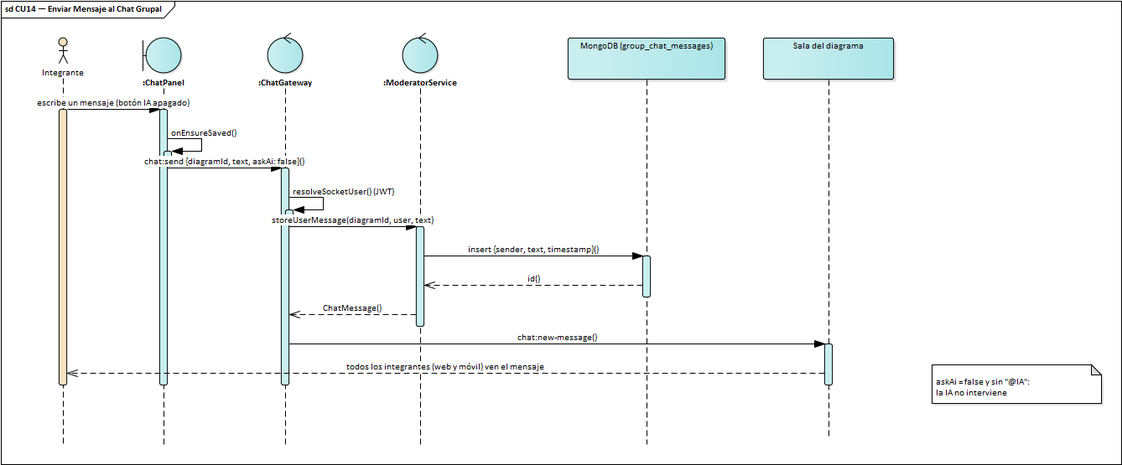
The PlantUML diagram docs/diagrams/ea/img/seq_cu14.png in luisfernandoAngulo28/generador_diagrama_clases_uml, before a commit. Its source is kept beside it as docs/diagrams/2do_parcial/pud/seq_cu14.plantuml. The source it was exported from:
```plantuml
@startuml seq_cu14
!include _seq.iuml
title CU14 — Enviar Mensaje al Chat Grupal\n<size:11>Diagrama de Secuencia · UML 2.5.1</size>
actor Integrante as A
boundary ":ChatPanel" as B
control ":ChatGateway" as G
control ":ModeratorService" as M
database "MongoDB\n(group_chat_messages)" as DB
collections "Sala del diagrama" as R
A -> B : escribe un mensaje (botón IA apagado)
B -> B : onEnsureSaved()
B -> G : chat:send {diagramId, text, askAi: false}
G -> G : resolveSocketUser() (JWT)
G -> M : storeUserMessage(diagramId, user, text)
M -> DB : insert {sender, text, timestamp}
DB --> M : id
M --> G : ChatMessage
G -> R : chat:new-message
R --> A : todos los integrantes (web y móvil)\nven el mensaje
note over G : askAi = false y sin "@IA":\nla IA no interviene
@enduml
```
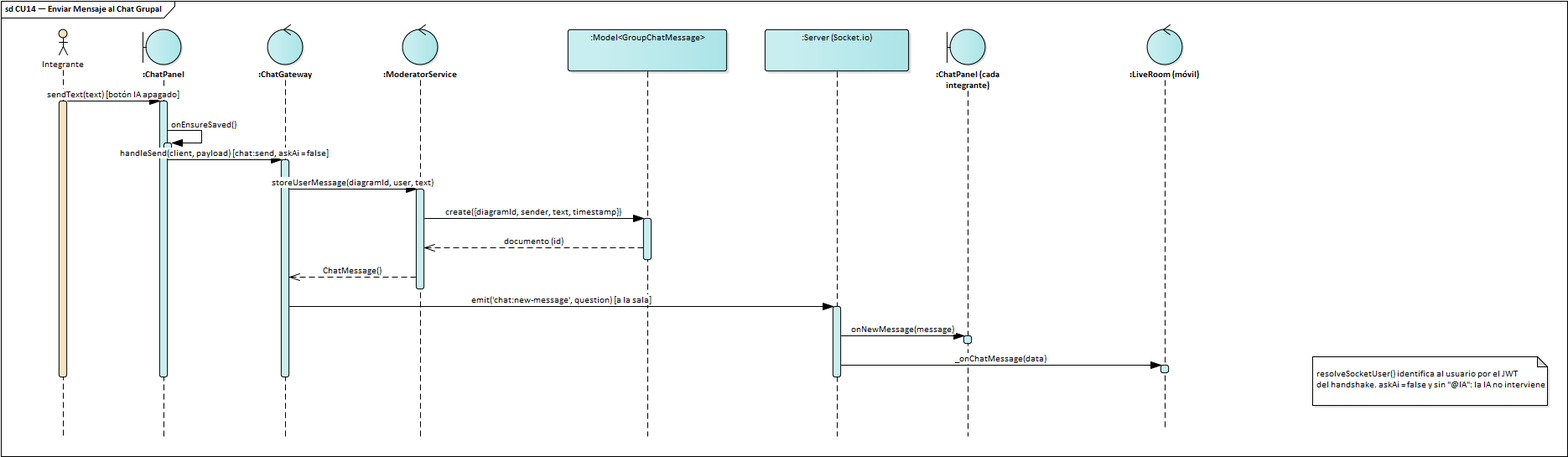
After the commit.

Change to the diagram source:
```diff
@@ -1,21 +1,23 @@
 @startuml seq_cu14
 !include _seq.iuml
-title CU14 — Enviar Mensaje al Chat Grupal\n<size:11>Diagrama de Secuencia · UML 2.5.1</size>
+title CU14 — Enviar Mensaje al Chat Grupal\n<size:11>Diagrama de Secuencia · UML 2.5.1 · cada mensaje es una operación de la clase que lo recibe</size>
 actor Integrante as A
 boundary ":ChatPanel" as B
 control ":ChatGateway" as G
 control ":ModeratorService" as M
-database "MongoDB\n(group_chat_messages)" as DB
-collections "Sala del diagrama" as R
-A -> B : escribe un mensaje (botón IA apagado)
+participant ":Model<GroupChatMessage>" as DB
+participant ":Server (Socket.io)" as SV
+boundary ":ChatPanel (cada integrante)" as O
+control ":LiveRoom (móvil)" as L
+A -> B : sendText(text) [botón IA apagado]
 B -> B : onEnsureSaved()
-B -> G : chat:send {diagramId, text, askAi: false}
-G -> G : resolveSocketUser() (JWT)
+B -> G : handleSend(client, payload) [chat:send, askAi = false]
 G -> M : storeUserMessage(diagramId, user, text)
-M -> DB : insert {sender, text, timestamp}
-DB --> M : id
+M -> DB : create({diagramId, sender, text, timestamp})
+DB --> M : documento (id)
 M --> G : ChatMessage
-G -> R : chat:new-message
-R --> A : todos los integrantes (web y móvil)\nven el mensaje
-note over G : askAi = false y sin "@IA":\nla IA no interviene
+G -> SV : emit('chat:new-message', question) [a la sala]
+SV -> O : onNewMessage(message)
+SV -> L : _onChatMessage(data)
+note over G : resolveSocketUser() identifica al usuario por el JWT\ndel handshake. askAi = false y sin "@IA": la IA no interviene
 @enduml
```
